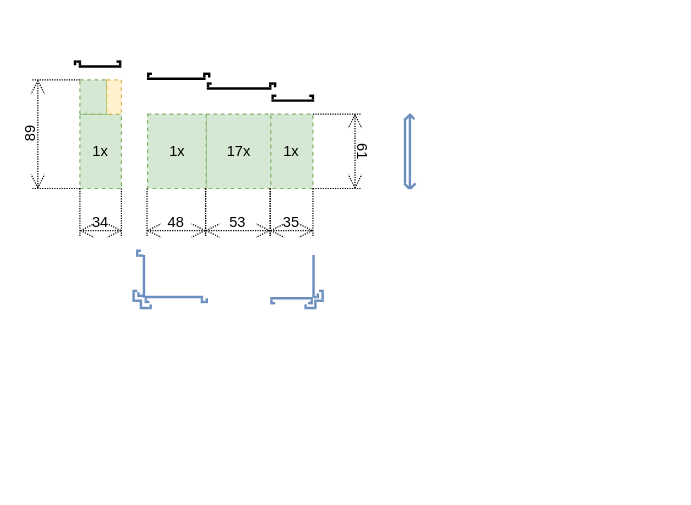
algimas/tmp keeps this draw.io diagram as HouseRoof.drawio. Above is the earlier version. Source tidied: cells renumbered, new cells numbered last; positions are measured from the earlier drawing's top-left corner, leaving out a move shared by most shapes. Both pictures are drawn from the tidied source at 122%, with x=0, y=0 at pixel (30, 55).
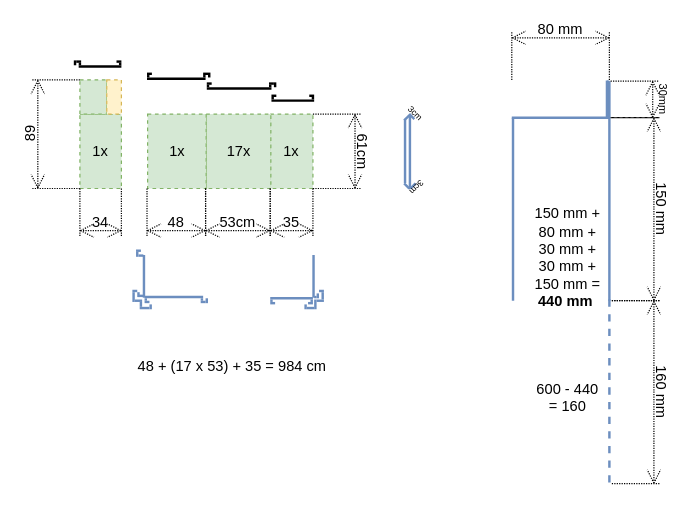
Above is the later version.

What changed in the source:
```diff
@@
-    <mxCell id="7" value="61" style="shape=dimension;direction=south;whiteSpace=wrap;html=1;align=center;verticalAlign=top;labelBackgroundColor=none;horizontal=0;spacingTop=-15;rotation=180;dashed=1;dashPattern=1 1;" parent="1" vertex="1">
+    <mxCell id="7" value="61cm" style="shape=dimension;direction=south;whiteSpace=wrap;html=1;align=center;verticalAlign=top;labelBackgroundColor=none;horizontal=0;spacingTop=-15;rotation=180;dashed=1;dashPattern=1 1;" parent="1" vertex="1">
       <mxGeometry x="231" y="48" width="40" height="61" as="geometry" />
     </mxCell>
@@
-    <mxCell id="9" value="53" style="shape=dimension;whiteSpace=wrap;html=1;align=center;verticalAlign=bottom;spacingBottom=3;labelBackgroundColor=none;dashed=1;dashPattern=1 1;" parent="1" vertex="1">
+    <mxCell id="9" value="53cm" style="shape=dimension;whiteSpace=wrap;html=1;align=center;verticalAlign=bottom;spacingBottom=3;labelBackgroundColor=none;dashed=1;dashPattern=1 1;" parent="1" vertex="1">
       <mxGeometry x="143" y="109" width="53" height="40" as="geometry" />
     </mxCell>
@@
+    <mxCell id="76" value="3cm" style="text;html=1;align=center;verticalAlign=middle;whiteSpace=wrap;rounded=0;rotation=45;fontSize=7;" parent="1" vertex="1">
+      <mxGeometry x="285" y="33" width="60" height="30" as="geometry" />
+    </mxCell>
+    <mxCell id="77" value="3cm" style="text;html=1;align=center;verticalAlign=middle;whiteSpace=wrap;rounded=0;rotation=-225;fontSize=7;" parent="1" vertex="1">
+      <mxGeometry x="286" y="93" width="60" height="30" as="geometry" />
+    </mxCell>
+    <mxCell id="78" style="line;strokeWidth=2;html=1;rotation=-90;fillColor=#dae8fc;strokeColor=#6c8ebf;" parent="1" vertex="1">
+      <mxGeometry x="320" y="121" width="150" height="10" as="geometry" />
+    </mxCell>
+    <mxCell id="79" style="line;strokeWidth=2;html=1;rotation=0;fillColor=#dae8fc;strokeColor=#6c8ebf;" parent="1" vertex="1">
+      <mxGeometry x="394" y="46" width="80" height="10" as="geometry" />
+    </mxCell>
+    <mxCell id="80" style="line;strokeWidth=2;html=1;rotation=-90;fillColor=#dae8fc;strokeColor=#6c8ebf;" parent="1" vertex="1">
+      <mxGeometry x="384" y="106" width="180" height="10" as="geometry" />
+    </mxCell>
+    <mxCell id="81" value="30mm" style="shape=dimension;direction=south;whiteSpace=wrap;html=1;align=center;verticalAlign=top;labelBackgroundColor=none;horizontal=0;spacingTop=-15;rotation=180;dashed=1;dashPattern=1 1;fontSize=9;" parent="1" vertex="1">
+      <mxGeometry x="475" y="21" width="40" height="30" as="geometry" />
+    </mxCell>
+    <mxCell id="82" value="150 mm" style="shape=dimension;direction=south;whiteSpace=wrap;html=1;align=center;verticalAlign=top;labelBackgroundColor=none;horizontal=0;spacingTop=-15;rotation=180;dashed=1;dashPattern=1 1;" parent="1" vertex="1">
+      <mxGeometry x="476" y="51" width="40" height="150" as="geometry" />
+    </mxCell>
+    <mxCell id="83" value="80 mm" style="shape=dimension;direction=south;whiteSpace=wrap;html=1;align=center;verticalAlign=top;labelBackgroundColor=none;horizontal=0;spacingTop=-15;rotation=90;dashed=1;dashPattern=1 1;" parent="1" vertex="1">
+      <mxGeometry x="414" y="-40" width="40" height="80" as="geometry" />
+    </mxCell>
+    <mxCell id="84" value="150 mm +&lt;div&gt;80 mm + 30 mm + 30 mm + 150 mm = &lt;b&gt;440&lt;/b&gt; &lt;b&gt;mm&lt;/b&gt;&amp;nbsp;&lt;/div&gt;&lt;div&gt;&lt;br&gt;&lt;/div&gt;&lt;div&gt;&lt;br&gt;&lt;/div&gt;&lt;div&gt;&lt;br&gt;&lt;/div&gt;&lt;div&gt;&lt;br&gt;&lt;/div&gt;&lt;div&gt;600 - 440 = 160&lt;/div&gt;" style="text;html=1;align=center;verticalAlign=middle;whiteSpace=wrap;rounded=0;" parent="1" vertex="1">
+      <mxGeometry x="410" y="194" width="60" height="30" as="geometry" />
+    </mxCell>
+    <mxCell id="85" style="line;strokeWidth=2;html=1;rotation=-90;fillColor=#dae8fc;strokeColor=#6c8ebf;" parent="1" vertex="1">
+      <mxGeometry x="458" y="28" width="30" height="15" as="geometry" />
+    </mxCell>
+    <mxCell id="86" style="line;strokeWidth=2;html=1;rotation=-90;fillColor=#dae8fc;strokeColor=#6c8ebf;" parent="1" vertex="1">
+      <mxGeometry x="457" y="28" width="30" height="15" as="geometry" />
+    </mxCell>
+    <mxCell id="87" style="line;strokeWidth=2;html=1;rotation=-90;fillColor=#dae8fc;strokeColor=#6c8ebf;dashed=1;" parent="1" vertex="1">
+      <mxGeometry x="399" y="270" width="150" height="10" as="geometry" />
+    </mxCell>
+    <mxCell id="88" value="160 mm" style="shape=dimension;direction=south;whiteSpace=wrap;html=1;align=center;verticalAlign=top;labelBackgroundColor=none;horizontal=0;spacingTop=-15;rotation=180;dashed=1;dashPattern=1 1;" parent="1" vertex="1">
+      <mxGeometry x="476" y="201" width="40" height="150" as="geometry" />
+    </mxCell>
+    <mxCell id="89" value="48 + (17 x 53) + 35 = 984 cm" style="text;html=1;align=center;verticalAlign=middle;whiteSpace=wrap;rounded=0;" parent="1" vertex="1">
+      <mxGeometry x="80" y="240" width="170" height="30" as="geometry" />
+    </mxCell>
```
